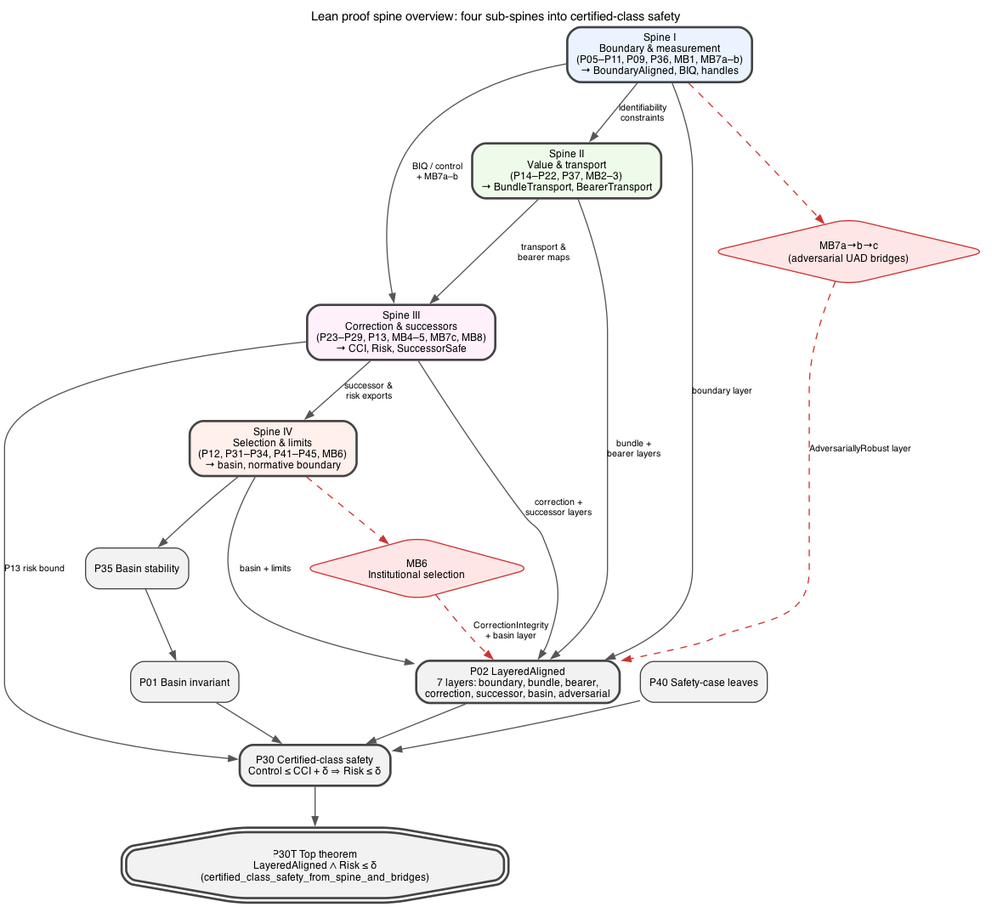
GunnarZarncke/towards-asi-alignment keeps this Graphviz diagram as figures/lean_proof/00-overview.png. Above is the earlier version. Its source is kept beside it as context/lean_proof_graphs/00-overview.dot.
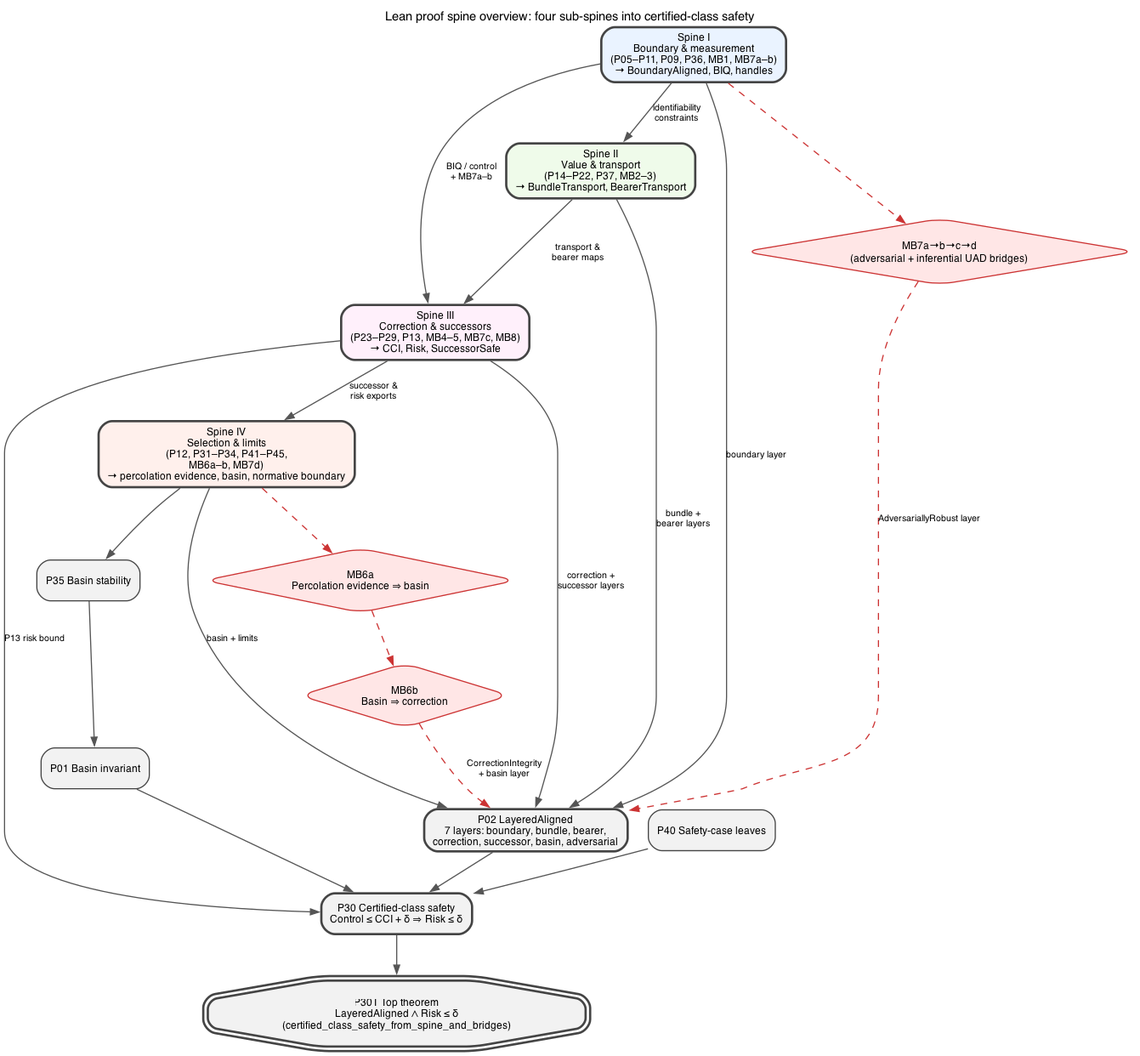
Later version of the same file.

The edit, as a diff of the source:
```diff
@@ -18,7 +18,7 @@
       fillcolor="#EFFBEA", penwidth=2];
   S3 [label="Spine III\nCorrection & successors\n(P23–P29, P13, MB4–5, MB7c, MB8)\n→ CCI, Risk, SuccessorSafe",
       fillcolor="#FFF0FB", penwidth=2];
-  S4 [label="Spine IV\nSelection & limits\n(P12, P31–P34, P41–P45, MB6)\n→ basin, normative boundary",
+  S4 [label="Spine IV\nSelection & limits\n(P12, P31–P34, P41–P45,\nMB6a–b, MB7d)\n→ percolation evidence, basin, normative boundary",
       fillcolor="#FFF0EC", penwidth=2];
 
   P02 [label="P02 LayeredAligned\n7 layers: boundary, bundle, bearer,\ncorrection, successor, basin, adversarial",
@@ -31,8 +31,9 @@
         fillcolor="#F2F2F2", shape=doubleoctagon, penwidth=2];
 
   MB7 [shape=diamond, fillcolor="#FFE6E6", color="#CC3333",
-       label="MB7a→b→c\n(adversarial UAD bridges)"];
-  MB6 [shape=diamond, fillcolor="#FFE6E6", color="#CC3333", label="MB6\nInstitutional selection"];
+       label="MB7a→b→c→d\n(adversarial + inferential UAD bridges)"];
+  MB6a [shape=diamond, fillcolor="#FFE6E6", color="#CC3333", label="MB6a\nPercolation evidence ⇒ basin"];
+  MB6b [shape=diamond, fillcolor="#FFE6E6", color="#CC3333", label="MB6b\nBasin ⇒ correction"];
 
   S1 -> S2 [label="identifiability\nconstraints"];
   S1 -> S3 [label="BIQ / control\n+ MB7a–b"];
@@ -42,8 +43,9 @@
 
   S1 -> MB7 [style=dashed, color="#CC3333"];
   MB7 -> P02 [style=dashed, color="#CC3333", label="AdversariallyRobust layer"];
-  S4 -> MB6 [style=dashed, color="#CC3333"];
-  MB6 -> P02 [style=dashed, color="#CC3333", label="CorrectionIntegrity\n+ basin layer"];
+  S4 -> MB6a [style=dashed, color="#CC3333"];
+  MB6a -> MB6b [style=dashed, color="#CC3333"];
+  MB6b -> P02 [style=dashed, color="#CC3333", label="CorrectionIntegrity\n+ basin layer"];
   S3 -> P02 [label="correction +\nsuccessor layers"];
   S2 -> P02 [label="bundle +\nbearer layers"];
   S1 -> P02 [label="boundary layer"];
```
